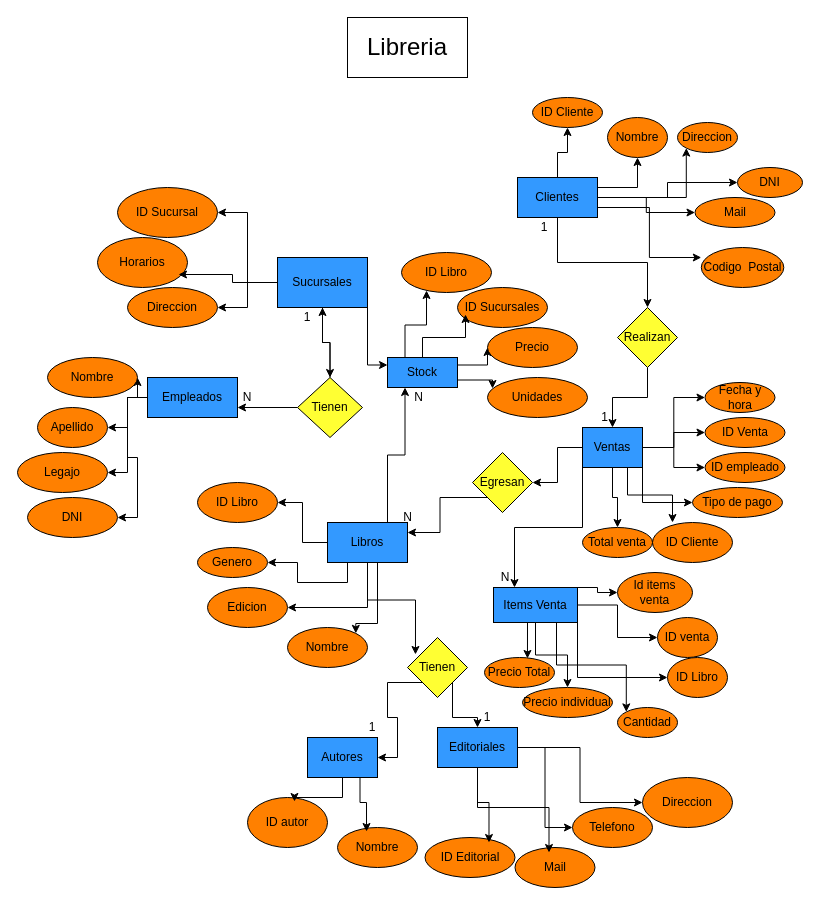
Above: Cuadro Entidad Relacion Libreria.drawio in EzequielLST/SQL-Trabajo-final (draw.io), before the change. Source tidied: cells renumbered, new cells numbered last; positions are measured from the earlier drawing's top-left corner, leaving out a move shared by most shapes. Both pictures are drawn from the tidied source at 100%, with x=0, y=0 at pixel (17, 17).
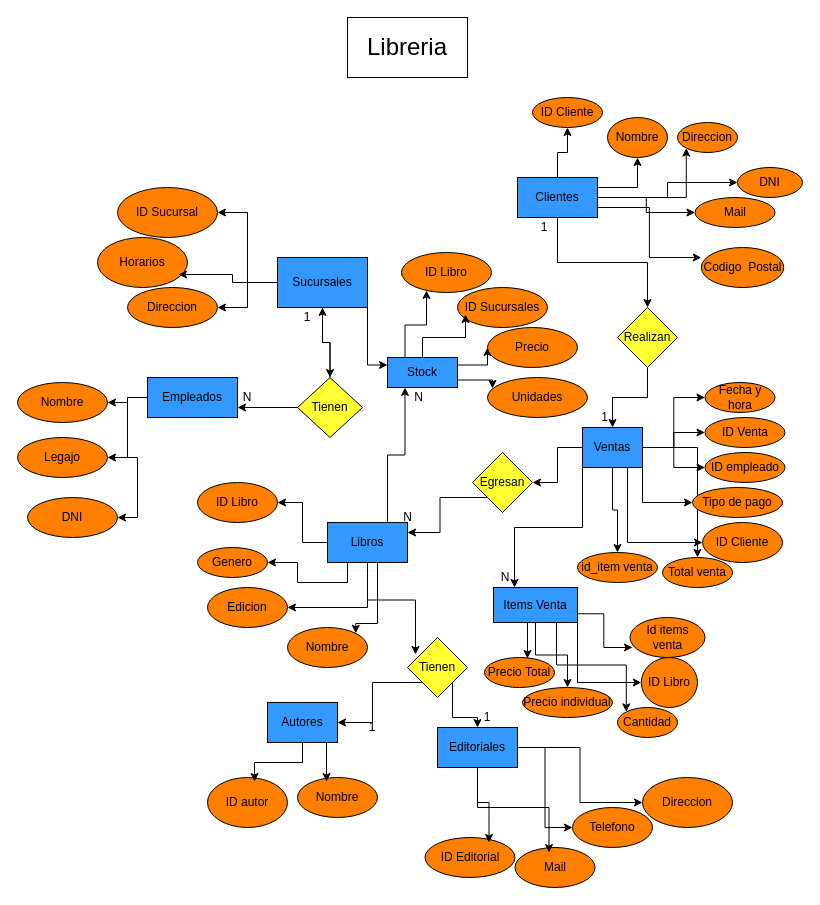
The same page after the edit.

Unchanged cells that the change refers to:
```xml
<mxCell id="6" value="Empleados" style="rounded=0;whiteSpace=wrap;html=1;fillColor=#3399FF;" parent="1" vertex="1">
  <mxGeometry x="130" y="360" width="90" height="40" as="geometry" />
</mxCell>
<mxCell id="43" value="Ventas" style="rounded=0;whiteSpace=wrap;html=1;fillColor=#3399FF;" parent="1" vertex="1">
  <mxGeometry x="565" y="410" width="60" height="40" as="geometry" />
</mxCell>
<mxCell id="106" value="Items Venta" style="rounded=0;whiteSpace=wrap;html=1;fillColor=#3399FF;" parent="1" vertex="1">
  <mxGeometry x="476" y="570" width="84" height="35" as="geometry" />
</mxCell>
```

Change to the diagram source:
```diff
@@
-    <mxCell id="3" style="edgeStyle=orthogonalEdgeStyle;rounded=0;jettySize=auto;html=1;entryX=1;entryY=0.5;entryDx=0;entryDy=0;" parent="1" edge="1" source="6" target="61">
-      <mxGeometry relative="1" as="geometry" />
-    </mxCell>
@@
+    <mxCell id="56" style="edgeStyle=orthogonalEdgeStyle;rounded=0;jettySize=auto;html=1;exitX=0.75;exitY=1;exitDx=0;exitDy=0;entryX=0;entryY=0.5;entryDx=0;entryDy=0;" parent="1" edge="1" source="43" target="54">
+      <mxGeometry relative="1" as="geometry" />
+    </mxCell>
+    <mxCell id="116" style="edgeStyle=orthogonalEdgeStyle;rounded=0;jettySize=auto;html=1;exitX=0.5;exitY=1;exitDx=0;exitDy=0;" parent="1" edge="1" source="43" target="117">
+      <mxGeometry relative="1" as="geometry" />
+    </mxCell>
@@
     <mxCell id="54" value="ID Cliente" style="ellipse;whiteSpace=wrap;html=1;fillColor=#FF8000;" parent="1" vertex="1">
-      <mxGeometry x="635" y="505" width="80" height="40" as="geometry" />
+      <mxGeometry x="685" y="505" width="80" height="40" as="geometry" />
     </mxCell>
     <mxCell id="55" value="Total venta" style="ellipse;whiteSpace=wrap;html=1;fillColor=#FF8000;" parent="1" vertex="1">
-      <mxGeometry x="565" y="510" width="70" height="30" as="geometry" />
+      <mxGeometry x="645" y="540" width="70" height="30" as="geometry" />
     </mxCell>
-    <mxCell id="56" style="edgeStyle=orthogonalEdgeStyle;rounded=0;jettySize=auto;html=1;exitX=0.75;exitY=1;exitDx=0;exitDy=0;entryX=0.25;entryY=0;entryDx=0;entryDy=0;entryPerimeter=0;" parent="1" edge="1" source="43" target="54">
-      <mxGeometry relative="1" as="geometry" />
-    </mxCell>
     <mxCell id="57" value="Autores" style="rounded=0;whiteSpace=wrap;html=1;fillColor=#3399FF;" parent="1" vertex="1">
-      <mxGeometry x="290" y="720" width="70" height="40" as="geometry" />
+      <mxGeometry x="250" y="685" width="70" height="40" as="geometry" />
     </mxCell>
@@
     <mxCell id="60" value="Nombre" style="ellipse;whiteSpace=wrap;html=1;fillColor=#FF8000;" parent="1" vertex="1">
-      <mxGeometry x="30" y="340" width="90" height="40" as="geometry" />
+      <mxGeometry y="365" width="90" height="40" as="geometry" />
     </mxCell>
-    <mxCell id="61" value="Apellido" style="ellipse;whiteSpace=wrap;html=1;fillColor=#FF8000;" parent="1" vertex="1">
-      <mxGeometry x="20" y="390" width="70" height="40" as="geometry" />
-    </mxCell>
     <mxCell id="62" value="Legajo" style="ellipse;whiteSpace=wrap;html=1;fillColor=#FF8000;" parent="1" vertex="1">
-      <mxGeometry y="435" width="90" height="40" as="geometry" />
+      <mxGeometry y="420" width="90" height="40" as="geometry" />
     </mxCell>
@@
     <mxCell id="74" value="ID autor" style="ellipse;whiteSpace=wrap;html=1;fillColor=#FF8000;" parent="1" vertex="1">
-      <mxGeometry x="230" y="780" width="80" height="50" as="geometry" />
+      <mxGeometry x="190" y="760" width="80" height="50" as="geometry" />
     </mxCell>
@@
     <mxCell id="97" value="Nombre" style="ellipse;whiteSpace=wrap;html=1;fillColor=#FF8000;" parent="1" vertex="1">
-      <mxGeometry x="320" y="810" width="80" height="40" as="geometry" />
+      <mxGeometry x="280" y="760" width="80" height="40" as="geometry" />
     </mxCell>
@@
-    <mxCell id="104" style="edgeStyle=orthogonalEdgeStyle;rounded=0;jettySize=auto;html=1;exitX=1;exitY=0;exitDx=0;exitDy=0;entryX=0;entryY=0.5;entryDx=0;entryDy=0;" parent="1" edge="1" source="106" target="107">
-      <mxGeometry relative="1" as="geometry">
-        <Array as="points">
-          <mxPoint x="580" y="570" />
-          <mxPoint x="580" y="575" />
-        </Array>
-      </mxGeometry>
-    </mxCell>
-    <mxCell id="105" style="edgeStyle=orthogonalEdgeStyle;rounded=0;jettySize=auto;html=1;exitX=1;exitY=0.5;exitDx=0;exitDy=0;entryX=0;entryY=0.5;entryDx=0;entryDy=0;" parent="1" edge="1" source="106" target="108">
-      <mxGeometry relative="1" as="geometry" />
-    </mxCell>
@@
     <mxCell id="107" value="Id items venta" style="ellipse;whiteSpace=wrap;html=1;fillColor=#FF8000;" parent="1" vertex="1">
-      <mxGeometry x="600" y="555" width="75" height="40" as="geometry" />
+      <mxGeometry x="612.5" y="600" width="75" height="40" as="geometry" />
     </mxCell>
-    <mxCell id="108" value="ID venta" style="ellipse;whiteSpace=wrap;html=1;fillColor=#FF8000;" parent="1" vertex="1">
-      <mxGeometry x="640" y="600" width="60" height="40" as="geometry" />
-    </mxCell>
     <mxCell id="109" value="ID Libro" style="ellipse;whiteSpace=wrap;html=1;fillColor=#FF8000;" parent="1" vertex="1">
-      <mxGeometry x="650" y="640" width="60" height="40" as="geometry" />
+      <mxGeometry x="623.8" y="640" width="56.2" height="50" as="geometry" />
     </mxCell>
@@
+    <mxCell id="104" style="edgeStyle=orthogonalEdgeStyle;rounded=0;jettySize=auto;html=1;exitX=1;exitY=0.75;exitDx=0;exitDy=0;entryX=0.033;entryY=0.75;entryDx=0;entryDy=0;entryPerimeter=0;" parent="1" edge="1" source="106" target="107">
+      <mxGeometry relative="1" as="geometry" />
+    </mxCell>
+    <mxCell id="117" value="id_item venta" style="ellipse;whiteSpace=wrap;html=1;fillColor=#FF8000;" parent="1" vertex="1">
+      <mxGeometry x="560" y="535" width="80" height="30" as="geometry" />
+    </mxCell>
```
